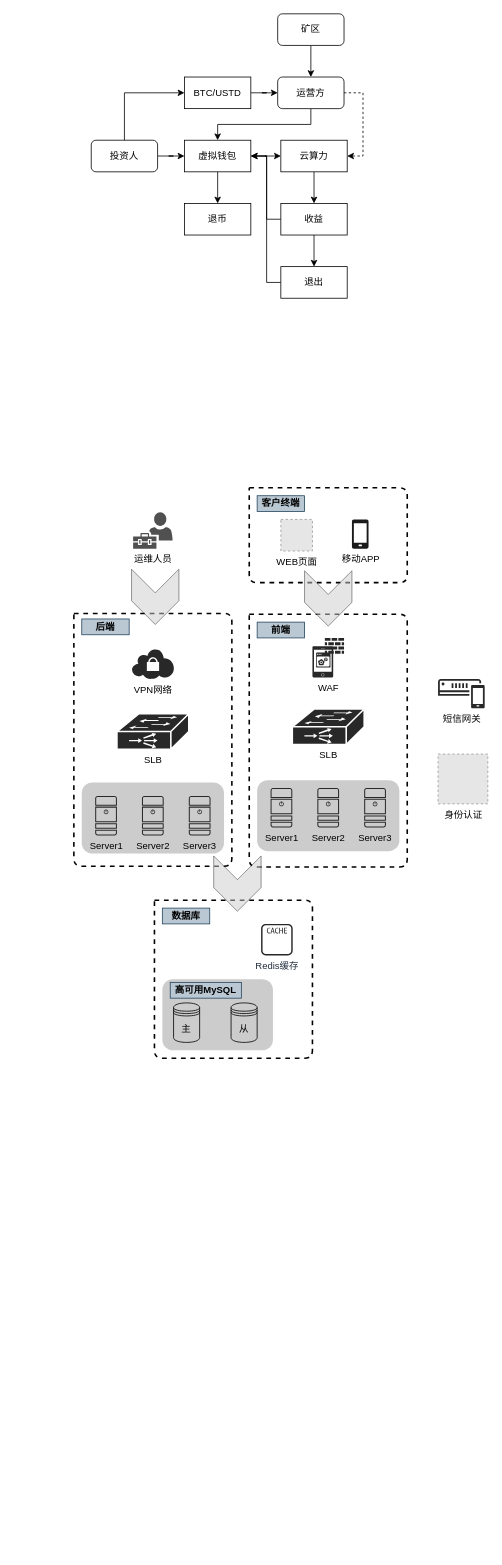
This is btc-map.drawio from yiuked/diagram, a draw.io file, before an edit. Source tidied: cells renumbered, new cells numbered last; positions are measured from the earlier drawing's top-left corner, leaving out a move shared by most shapes. Both pictures are drawn from the tidied source at 79%, with x=0, y=0 at pixel (73, 13). Pictures stored in the file or linked from it are replaced by grey dashed boxes.
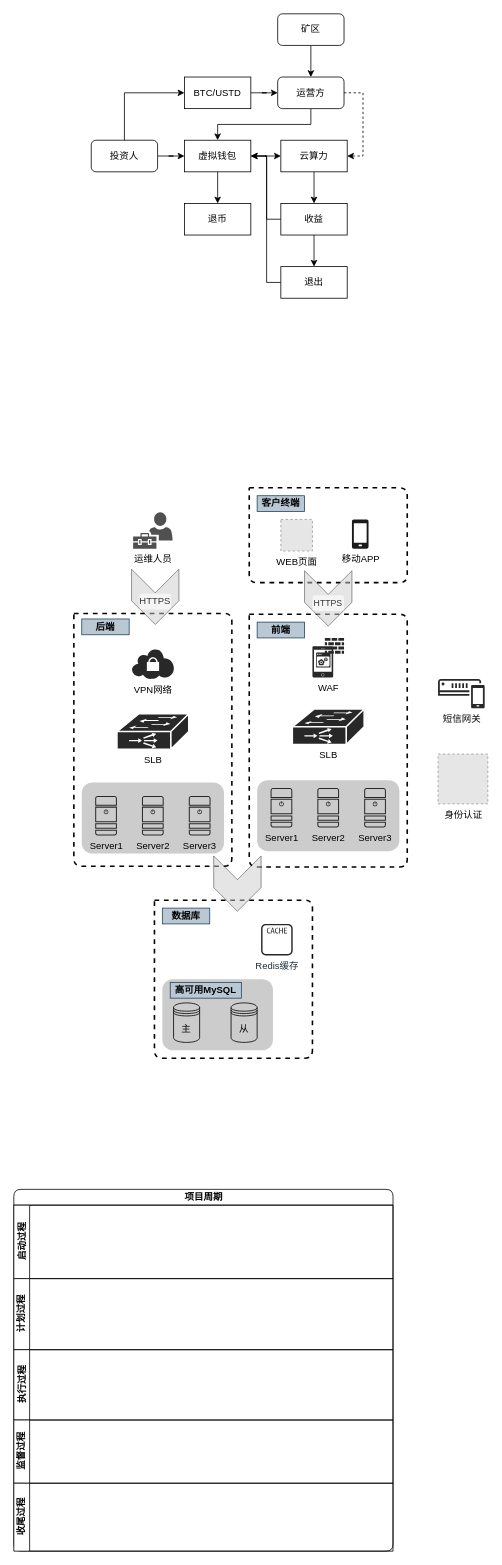
After the change.

The edit, as a diff of the source:
```diff
@@
+    <mxCell id="56" value="项目周期" style="swimlane;html=1;horizontal=1;startSize=20;rounded=1;" parent="1" vertex="1">
+      <mxGeometry x="-76" y="1488" width="480" height="458" as="geometry" />
+    </mxCell>
+    <mxCell id="57" value="启动过程" style="swimlane;html=1;startSize=20;horizontal=0;" parent="56" vertex="1">
+      <mxGeometry y="20" width="480" height="93" as="geometry" />
+    </mxCell>
+    <mxCell id="58" value="计划过程" style="swimlane;html=1;startSize=20;horizontal=0;" parent="56" vertex="1">
+      <mxGeometry y="113" width="480" height="90" as="geometry" />
+    </mxCell>
+    <mxCell id="59" value="执行过程" style="swimlane;html=1;startSize=20;horizontal=0;" parent="56" vertex="1">
+      <mxGeometry y="203" width="480" height="89" as="geometry" />
+    </mxCell>
+    <mxCell id="60" value="监督过程" style="swimlane;html=1;startSize=20;horizontal=0;" parent="56" vertex="1">
+      <mxGeometry y="292" width="480" height="80" as="geometry" />
+    </mxCell>
+    <mxCell id="61" value="收尾过程" style="swimlane;html=1;startSize=20;horizontal=0;" parent="56" vertex="1">
+      <mxGeometry y="372" width="480" height="86" as="geometry" />
+    </mxCell>
+    <mxCell id="62" value="&lt;span style=&quot;font-weight: normal&quot;&gt;&lt;font style=&quot;font-size: 11px&quot;&gt;HTTPS&lt;/font&gt;&lt;/span&gt;" style="text;html=1;fillColor=#f5f5f5;align=center;verticalAlign=middle;whiteSpace=wrap;rounded=1;fontColor=#333333;fontStyle=1;" parent="1" vertex="1">
+      <mxGeometry x="302" y="736" width="40" height="20" as="geometry" />
+    </mxCell>
+    <mxCell id="63" value="&lt;span style=&quot;font-weight: normal&quot;&gt;HTTPS&lt;/span&gt;" style="text;html=1;fillColor=#f5f5f5;align=center;verticalAlign=middle;whiteSpace=wrap;rounded=1;fontColor=#333333;fontStyle=1;" parent="1" vertex="1">
+      <mxGeometry x="83" y="734" width="40" height="20" as="geometry" />
+    </mxCell>
```
